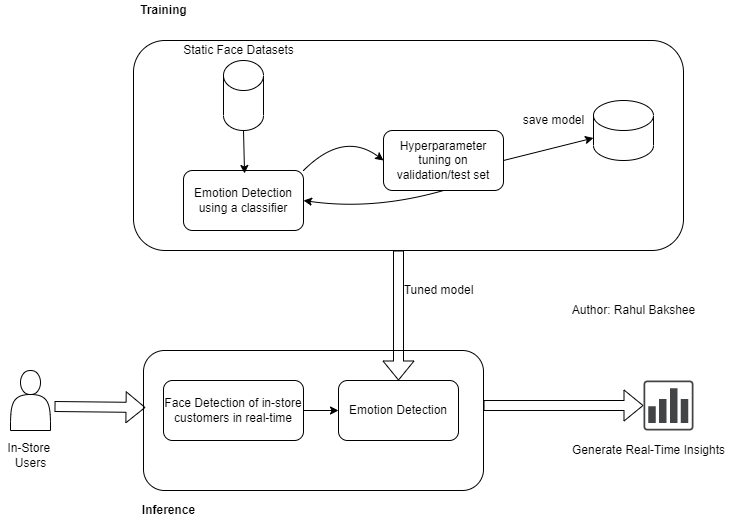
The draw.io diagram Real-Time In-Store Sentiment Analysis [RISA]/RISA-diag.png in rahulbakshee/cv, before a commit. Source tidied: cells renumbered, new cells last; positions are measured from the earlier drawing's top-left corner, leaving out a move shared by most shapes.
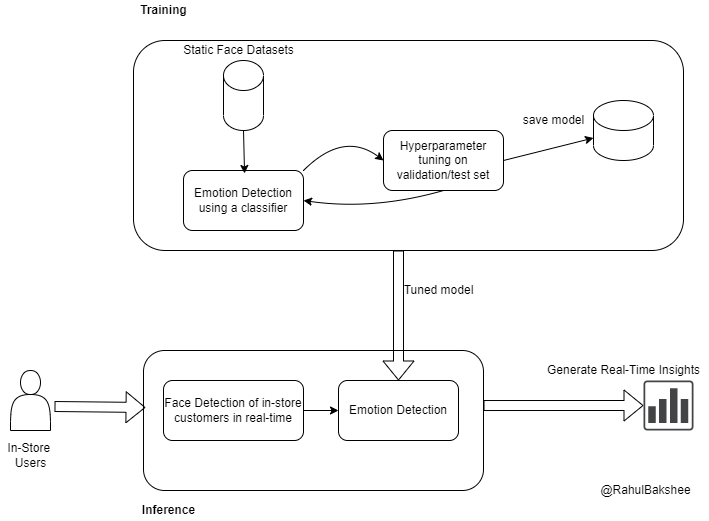
After the change.

Diff of the diagram source:
```diff
@@ -89,7 +89,7 @@
       <mxGeometry relative="1" as="geometry" />
     </mxCell>
     <mxCell id="25" value="Generate Real-Time Insights" style="text;html=1;align=center;verticalAlign=middle;strokeColor=none;fillColor=none;" parent="1" vertex="1">
-      <mxGeometry x="563" y="440" width="170" height="20" as="geometry" />
+      <mxGeometry x="538" y="360" width="170" height="20" as="geometry" />
     </mxCell>
     <mxCell id="26" value="In-Store &lt;br&gt;Users" style="text;html=1;align=center;verticalAlign=middle;strokeColor=none;fillColor=none;" parent="1" vertex="1">
       <mxGeometry y="440" width="60" height="30" as="geometry" />
@@ -97,8 +97,8 @@
     <mxCell id="27" style="shape=flexArrow;endArrow=classic;html=1;rounded=0;exitX=1.1;exitY=0.6;exitDx=0;exitDy=0;exitPerimeter=0;entryX=0.006;entryY=0.407;entryDx=0;entryDy=0;entryPerimeter=0;" parent="1" edge="1" source="2" target="6">
       <mxGeometry relative="1" as="geometry" />
     </mxCell>
-    <mxCell id="28" value="Author: Rahul Bakshee&lt;br&gt;" style="text;html=1;align=center;verticalAlign=middle;strokeColor=none;fillColor=none;" parent="1" vertex="1">
-      <mxGeometry x="563" y="300" width="140" height="20" as="geometry" />
-    </mxCell>
+    <mxCell id="29" value="@RahulBakshee" style="text;html=1;align=center;verticalAlign=middle;strokeColor=none;fillColor=none;" parent="1" vertex="1">
+      <mxGeometry x="590" y="480" width="110" height="20" as="geometry" />
+    </mxCell>
   </root>
 </mxGraphModel>
```
